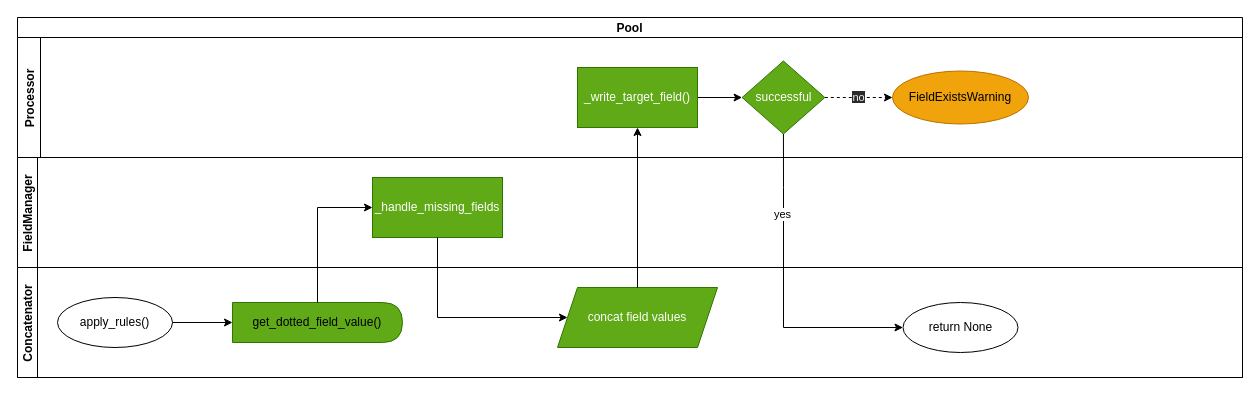
Earlier version of the draw.io diagram page "Concatenator" (4 of 10) of doc/source/development/architecture/diagramms/process.drawio (fkie-cad/Logprep). Source tidied: cells renumbered, new cells numbered last; positions are measured from the earlier drawing's top-left corner, leaving out a move shared by most shapes. Both pictures are drawn from the tidied source at 100%, with x=0, y=0 at pixel (17, 17).
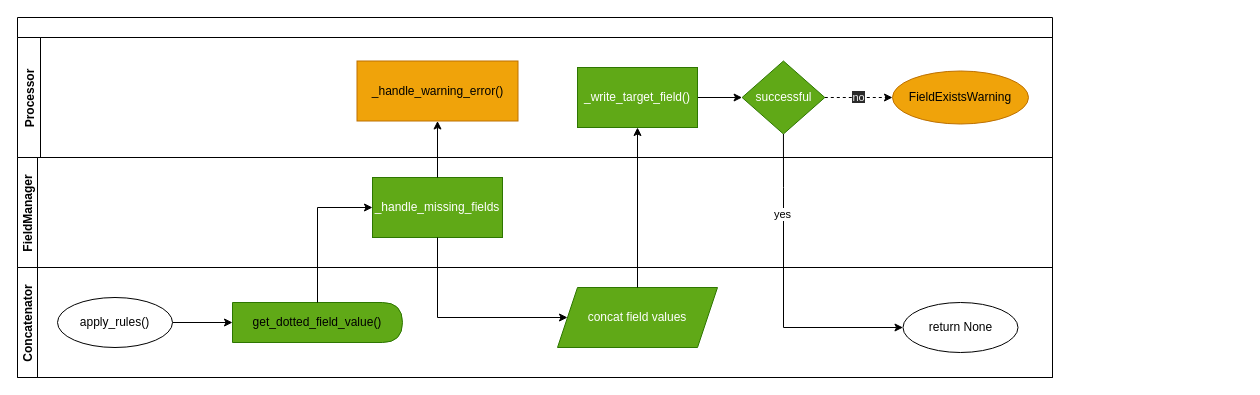
After the change.

Commit message (it also covers changes not shown here):
update drawio diagram and remove unnecessary error

The change refers to these unchanged cells:
```xml
<mxCell id="10" value="_handle_missing_fields" style="whiteSpace=wrap;html=1;rounded=0;fillColor=#60a917;fontColor=#ffffff;strokeColor=#2D7600;" parent="9" vertex="1">
  <mxGeometry x="355" y="20" width="130" height="60" as="geometry" />
</mxCell>
```

Diff of the diagram source:
```diff
@@
-    <mxCell id="2" value="Pool" style="swimlane;horizontal=1;startSize=20;" parent="1" vertex="1">
-      <mxGeometry width="1225" height="360" as="geometry" />
+    <mxCell id="2" style="swimlane;horizontal=1;startSize=20;" parent="1" vertex="1">
+      <mxGeometry width="1035" height="360" as="geometry" />
     </mxCell>
     <mxCell id="3" value="Processor" style="swimlane;horizontal=0;" parent="2" vertex="1">
-      <mxGeometry y="20" width="1225" height="120" as="geometry" />
+      <mxGeometry y="20" width="1035" height="120" as="geometry" />
     </mxCell>
@@
+    <mxCell id="21" value="_handle_warning_error()" style="rounded=0;whiteSpace=wrap;html=1;fillColor=#f0a30a;fontColor=#000000;strokeColor=#BD7000;" parent="3" vertex="1">
+      <mxGeometry x="339.5" y="23.5" width="161" height="60" as="geometry" />
+    </mxCell>
     <mxCell id="9" value="FieldManager" style="swimlane;startSize=20;horizontal=0;" parent="2" vertex="1">
-      <mxGeometry y="140" width="1225" height="110" as="geometry" />
+      <mxGeometry y="140" width="1035" height="110" as="geometry" />
     </mxCell>
@@
     <mxCell id="11" value="Concatenator" style="swimlane;startSize=20;horizontal=0;" parent="2" vertex="1">
-      <mxGeometry y="250" width="1225" height="110" as="geometry" />
+      <mxGeometry y="250" width="1035" height="110" as="geometry" />
     </mxCell>
@@
+    <mxCell id="22" style="edgeStyle=orthogonalEdgeStyle;rounded=0;jumpStyle=arc;jettySize=auto;html=1;fontFamily=Helvetica;fontSize=12;fontColor=#FFFFFF;" parent="2" edge="1" source="10" target="21">
+      <mxGeometry relative="1" as="geometry" />
+    </mxCell>
```
